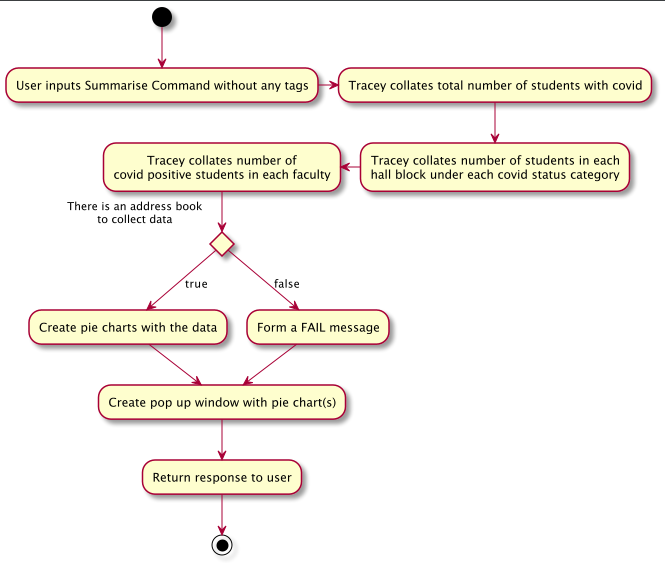
Before: docs/images/SummariseFeatureActivityDiagram.png, a diagram exported from PlantUML (nus-cs2103-AY2122S2/tp). Its source is kept beside it as docs/diagrams/SummariseFeatureActivityDiagram.puml.
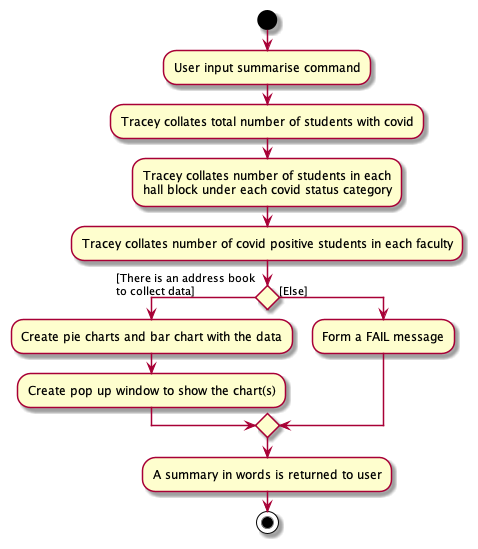
The same diagram one commit later.

Commit message:
Update Summarise's sequence and activity diagrams

What changed in the source:
```diff
@@ -1,18 +1,21 @@
 @startuml
 
-(*)--> "User inputs Summarise Command without any tags"
--right-> "Tracey collates total number of students with covid"
---> "Tracey collates number of students in each\nhall block under each covid status category"
--left-> "Tracey collates number of\ncovid positive students in each faculty"
+start
+:User input summarise command;
+:Tracey collates total number of students with covid;
+:Tracey collates number of students in each\nhall block under each covid status category;
+:Tracey collates number of covid positive students in each faculty;
 
-If "There is an address book\nto collect data" then
-    --> [true] "Create pie charts with the data"
-    --> "Create pop up window with pie chart(s)"
-else
-    --> [false] "Form a FAIL message"
-    --> "Create pop up window with pie chart(s)"
---> "Return response to user"
+If () then ([There is an address book\nto collect data])
+    :Create pie charts and bar chart with the data;
+    :Create pop up window to show the chart(s);
 
--->(*)
+    else ([Else])
+    :Form a FAIL message;
+
+    endif
+    :A summary in words is returned to user;
+
+stop
 
 @enduml
```
